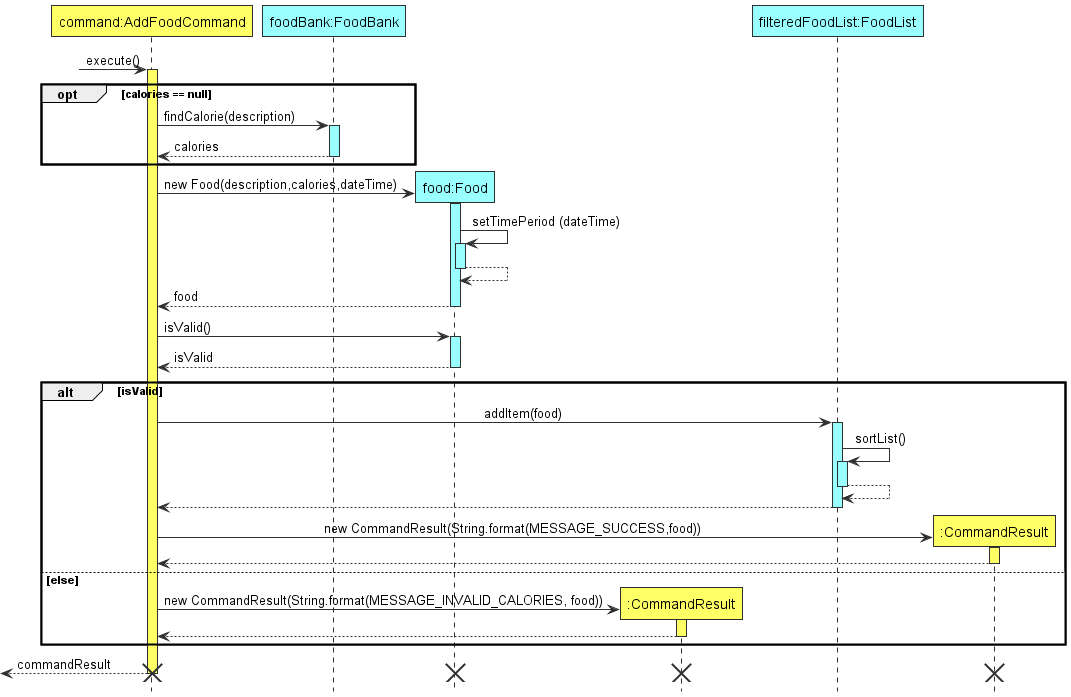
Before: docs/images/AddFoodItemSequenceDiagram.png, a diagram exported from PlantUML (tryyang2001/tp).
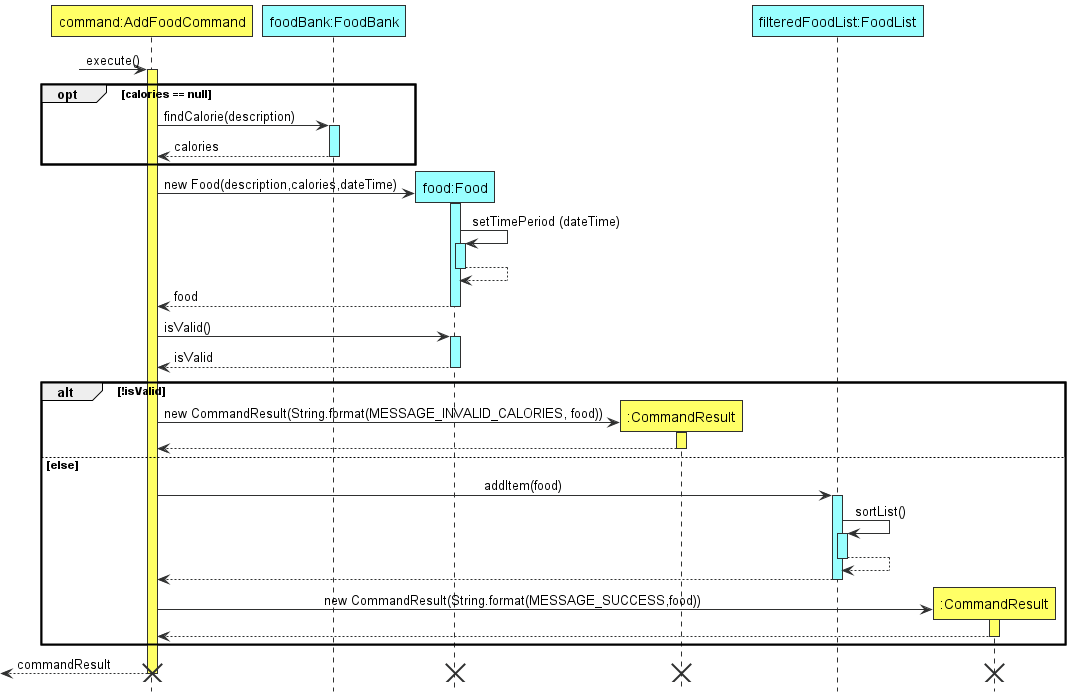
The same file after the commit.

Commit message:
update description for AddFoodItem seq diagram

The edit, as a diff of the source:
```diff
@@ -29,7 +29,12 @@
 participant ":CommandResult" As CommandResult1 LOGIC_COLOUR
 Food --> AddFoodCommand :isValid
 deactivate Food
-alt isValid
+alt !isValid
+    AddFoodCommand -> CommandResult1 **: new CommandResult(String.format(MESSAGE_INVALID_CALORIES, food))
+    activate CommandResult1 LOGIC_COLOUR
+    CommandResult1 --> AddFoodCommand
+    deactivate CommandResult1
+else else
     participant "filteredFoodList:FoodList" As FoodList DATA_COLOUR
     participant ":CommandResult" As CommandResult LOGIC_COLOUR
     AddFoodCommand -> FoodList : \t\t\t\t\t\t\t\t\t\taddItem(food)
@@ -42,11 +47,6 @@
     activate CommandResult LOGIC_COLOUR
     CommandResult --> AddFoodCommand
     deactivate CommandResult
-else else
-    AddFoodCommand -> CommandResult1 **: new CommandResult(String.format(MESSAGE_INVALID_CALORIES, food))
-    activate CommandResult1 LOGIC_COLOUR
-    CommandResult1 --> AddFoodCommand
-    deactivate CommandResult1
 end
 
 ?<-- AddFoodCommand : commandResult\t\t
```
